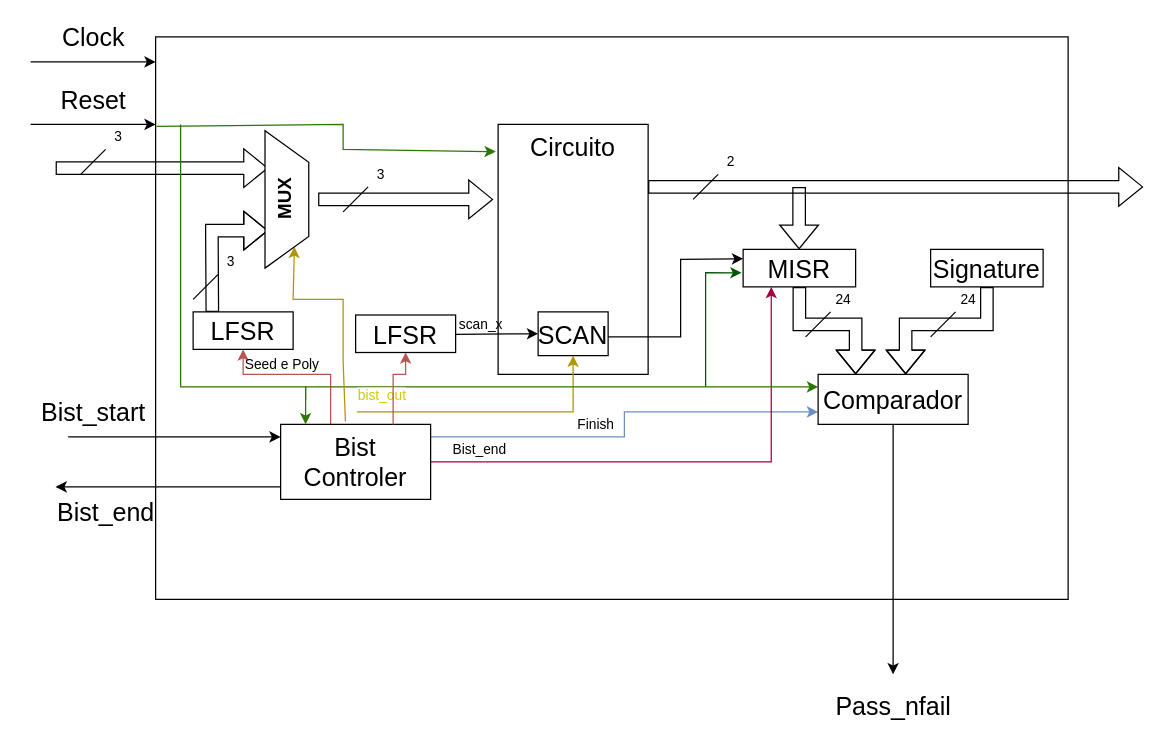
Before: Projeto2/Diagrama.drawio in victor-macedo/PTFSE, a draw.io diagram. Source tidied: cells renumbered, new cells numbered last; positions are measured from the earlier drawing's top-left corner, leaving out a move shared by most shapes. Both pictures are drawn from the tidied source at 125%, with x=0, y=0 at pixel (30, 36).
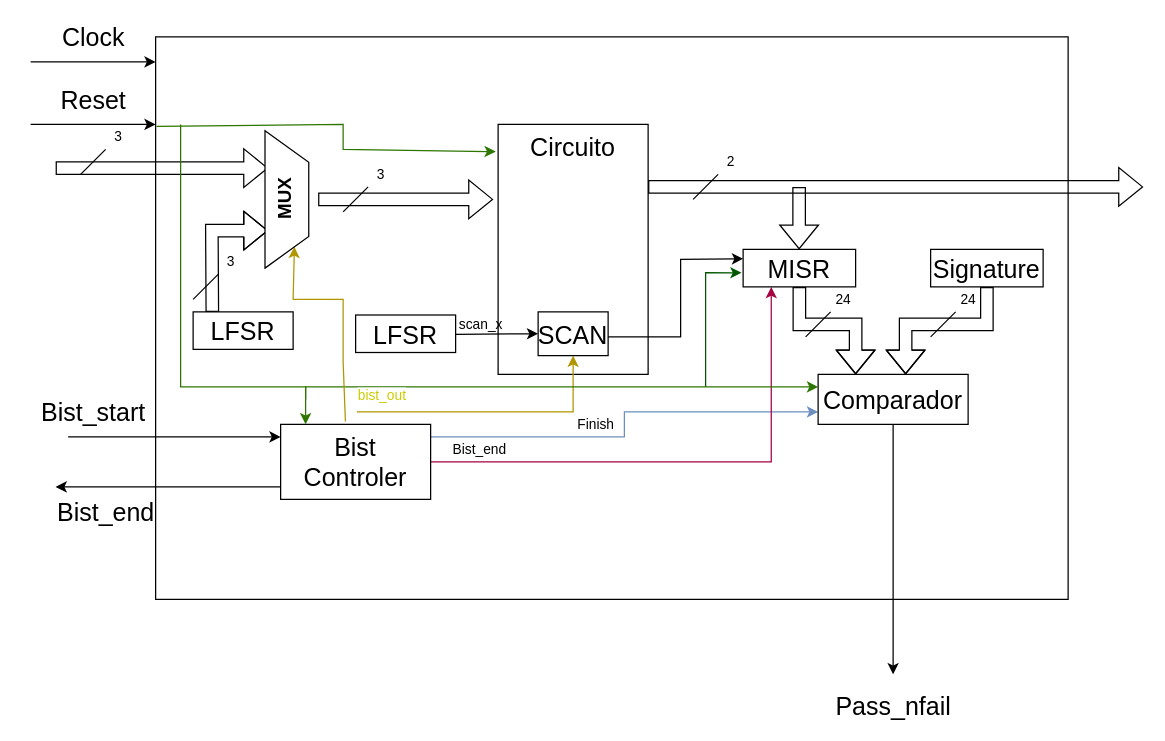
After the change.

Commit message (it also covers changes not shown here):
atualizado diagrama

Unchanged cells that the change refers to:
```xml
<mxCell id="11" value="&lt;font style=&quot;font-size: 20px;&quot;&gt;Bist&lt;br&gt;Controler&lt;/font&gt;" style="rounded=0;whiteSpace=wrap;html=1;" parent="1" vertex="1">
  <mxGeometry x="200" y="310" width="120" height="60" as="geometry" />
</mxCell>
<mxCell id="13" value="&lt;font style=&quot;font-size: 20px;&quot;&gt;LFSR&lt;/font&gt;" style="rounded=0;whiteSpace=wrap;html=1;" parent="1" vertex="1">
  <mxGeometry x="130" y="220" width="80" height="30" as="geometry" />
</mxCell>
<mxCell id="41" value="&lt;font style=&quot;font-size: 20px;&quot;&gt;LFSR&lt;/font&gt;" style="rounded=0;whiteSpace=wrap;html=1;" parent="1" vertex="1">
  <mxGeometry x="260" y="222.5" width="80" height="30" as="geometry" />
</mxCell>
```

The edit, as a diff of the source:
```diff
@@
-    <mxCell id="7" style="edgeStyle=orthogonalEdgeStyle;rounded=0;jettySize=auto;html=1;fillColor=#f8cecc;strokeColor=#b85450;" parent="1" edge="1" source="11" target="13">
-      <mxGeometry relative="1" as="geometry">
-        <Array as="points">
-          <mxPoint x="240" y="270" />
-          <mxPoint x="170" y="270" />
-        </Array>
-      </mxGeometry>
-    </mxCell>
-    <mxCell id="8" value="Seed e Poly" style="edgeLabel;html=1;align=center;verticalAlign=middle;labelBackgroundColor=none;" parent="7" vertex="1">
-      <mxGeometry x="-0.17" y="1" relative="1" as="geometry">
-        <mxPoint x="-26" y="-10" as="offset" />
-      </mxGeometry>
-    </mxCell>
@@
-    <mxCell id="42" style="edgeStyle=orthogonalEdgeStyle;rounded=0;jettySize=auto;html=1;fillColor=#f8cecc;strokeColor=#b85450;entryX=0.5;entryY=1;entryDx=0;entryDy=0;exitX=0.75;exitY=0;exitDx=0;exitDy=0;" parent="1" edge="1" source="11" target="41">
-      <mxGeometry relative="1" as="geometry">
-        <Array as="points">
-          <mxPoint x="290" y="270" />
-          <mxPoint x="300" y="270" />
-        </Array>
-      </mxGeometry>
-    </mxCell>
```
